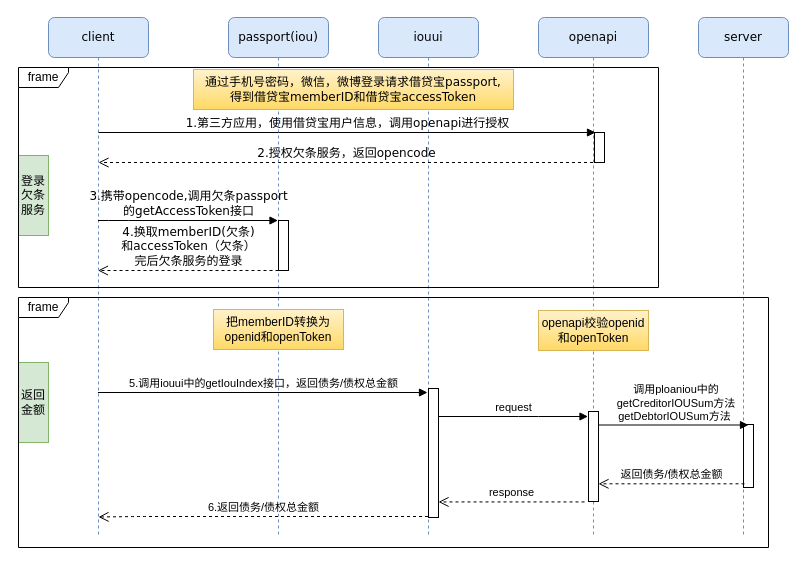
Earlier version of the draw.io diagram 欠条首页.drawio (Racheil/Http). Source tidied: cells renumbered, new cells numbered last; positions are measured from the earlier drawing's top-left corner, leaving out a move shared by most shapes. Both pictures are drawn from the tidied source at 100%, with x=0, y=0 at pixel (18, 17).
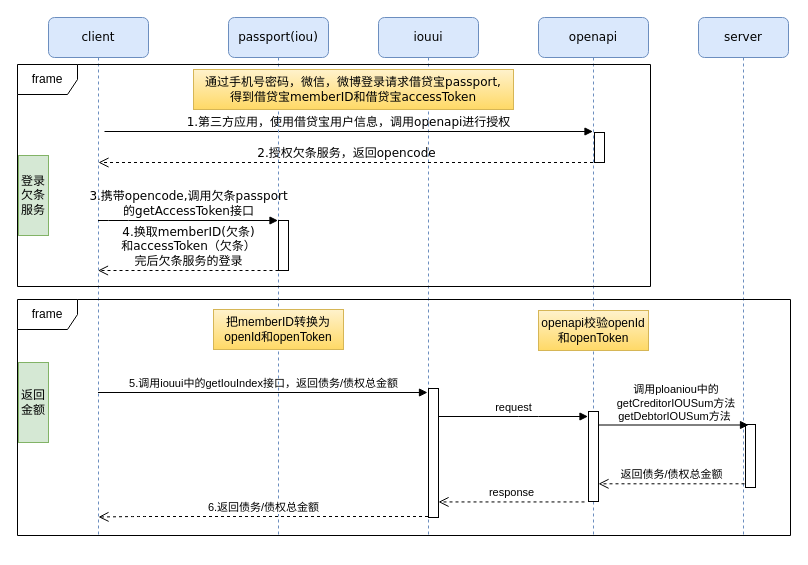
The same page after the edit.

Commit message:
更新欠条首页.drawio

The change refers to these unchanged cells:
```xml
<mxCell id="5" value="openapi" style="shape=umlLifeline;perimeter=lifelinePerimeter;whiteSpace=wrap;html=1;rounded=1;shadow=0;comic=0;labelBackgroundColor=none;strokeWidth=1;fontFamily=Verdana;fontSize=12;align=center;fillColor=#dae8fc;strokeColor=#6c8ebf;" parent="1" vertex="1">
  <mxGeometry x="520" width="110" height="520" as="geometry" />
</mxCell>
<mxCell id="6" style="html=1;points=[];perimeter=orthogonalPerimeter;rounded=0;shadow=0;comic=0;labelBackgroundColor=none;strokeWidth=1;fontFamily=Verdana;fontSize=12;align=center;" parent="5" vertex="1">
  <mxGeometry x="56" y="115" width="10" height="30" as="geometry" />
</mxCell>
```

Diff of the diagram source:
```diff
@@
-    <mxCell id="8" value="openapi校验openid和openToken" style="rounded=0;whiteSpace=wrap;html=1;gradientColor=#ffd966;fillColor=#fff2cc;strokeColor=#d6b656;" parent="5" vertex="1">
+    <mxCell id="8" value="openapi校验openId和openToken" style="rounded=0;whiteSpace=wrap;html=1;gradientColor=#ffd966;fillColor=#fff2cc;strokeColor=#d6b656;" parent="5" vertex="1">
       <mxGeometry y="293" width="110" height="40" as="geometry" />
     </mxCell>
@@
-    <mxCell id="13" value="&lt;br&gt;1.第三方应用，使用借贷宝用户信息，调用openapi进行授权" style="html=1;verticalAlign=bottom;endArrow=block;labelBackgroundColor=none;fontFamily=Verdana;fontSize=12;edgeStyle=elbowEdgeStyle;elbow=vertical;entryX=0.101;entryY=0.008;entryDx=0;entryDy=0;entryPerimeter=0;" parent="1" edge="1" target="6">
+    <mxCell id="13" value="&lt;br&gt;1.第三方应用，使用借贷宝用户信息，调用openapi进行授权" style="html=1;verticalAlign=bottom;endArrow=block;labelBackgroundColor=none;fontFamily=Verdana;fontSize=12;edgeStyle=elbowEdgeStyle;elbow=vertical;" parent="1" edge="1">
       <mxGeometry relative="1" as="geometry">
-        <mxPoint x="80" y="115" as="sourcePoint" />
-        <Array as="points">
-          <mxPoint x="480" y="115" />
-          <mxPoint x="510" y="115" />
-        </Array>
+        <mxPoint x="86" y="114" as="sourcePoint" />
+        <mxPoint x="574.5" y="114.4" as="targetPoint" />
       </mxGeometry>
     </mxCell>
@@
     <mxCell id="19" style="html=1;perimeter=orthogonalPerimeter;" parent="1" vertex="1">
-      <mxGeometry x="725" y="407" width="10" height="63" as="geometry" />
+      <mxGeometry x="727" y="407" width="10" height="63" as="geometry" />
     </mxCell>
@@
-    <mxCell id="25" value="把memberID转换为openid和openToken" style="rounded=0;whiteSpace=wrap;html=1;gradientColor=#ffd966;fillColor=#fff2cc;strokeColor=#d6b656;" parent="1" vertex="1">
+    <mxCell id="25" value="把memberID转换为openId和openToken" style="rounded=0;whiteSpace=wrap;html=1;gradientColor=#ffd966;fillColor=#fff2cc;strokeColor=#d6b656;" parent="1" vertex="1">
       <mxGeometry x="195" y="292" width="130" height="40" as="geometry" />
     </mxCell>
-    <mxCell id="26" value="frame" style="shape=umlFrame;whiteSpace=wrap;html=1;width=50;height=20;" parent="1" vertex="1">
-      <mxGeometry y="50" width="640" height="220" as="geometry" />
-    </mxCell>
-    <mxCell id="27" value="frame" style="shape=umlFrame;whiteSpace=wrap;html=1;width=50;height=20;" parent="1" vertex="1">
-      <mxGeometry y="280" width="750" height="250" as="geometry" />
-    </mxCell>
@@
+    <mxCell id="29" value="frame" style="shape=umlFrame;whiteSpace=wrap;html=1;" parent="1" vertex="1">
+      <mxGeometry x="-1" y="47" width="633" height="222" as="geometry" />
+    </mxCell>
+    <mxCell id="30" value="frame" style="shape=umlFrame;whiteSpace=wrap;html=1;" parent="1" vertex="1">
+      <mxGeometry x="-1" y="282" width="773" height="236" as="geometry" />
+    </mxCell>
```
